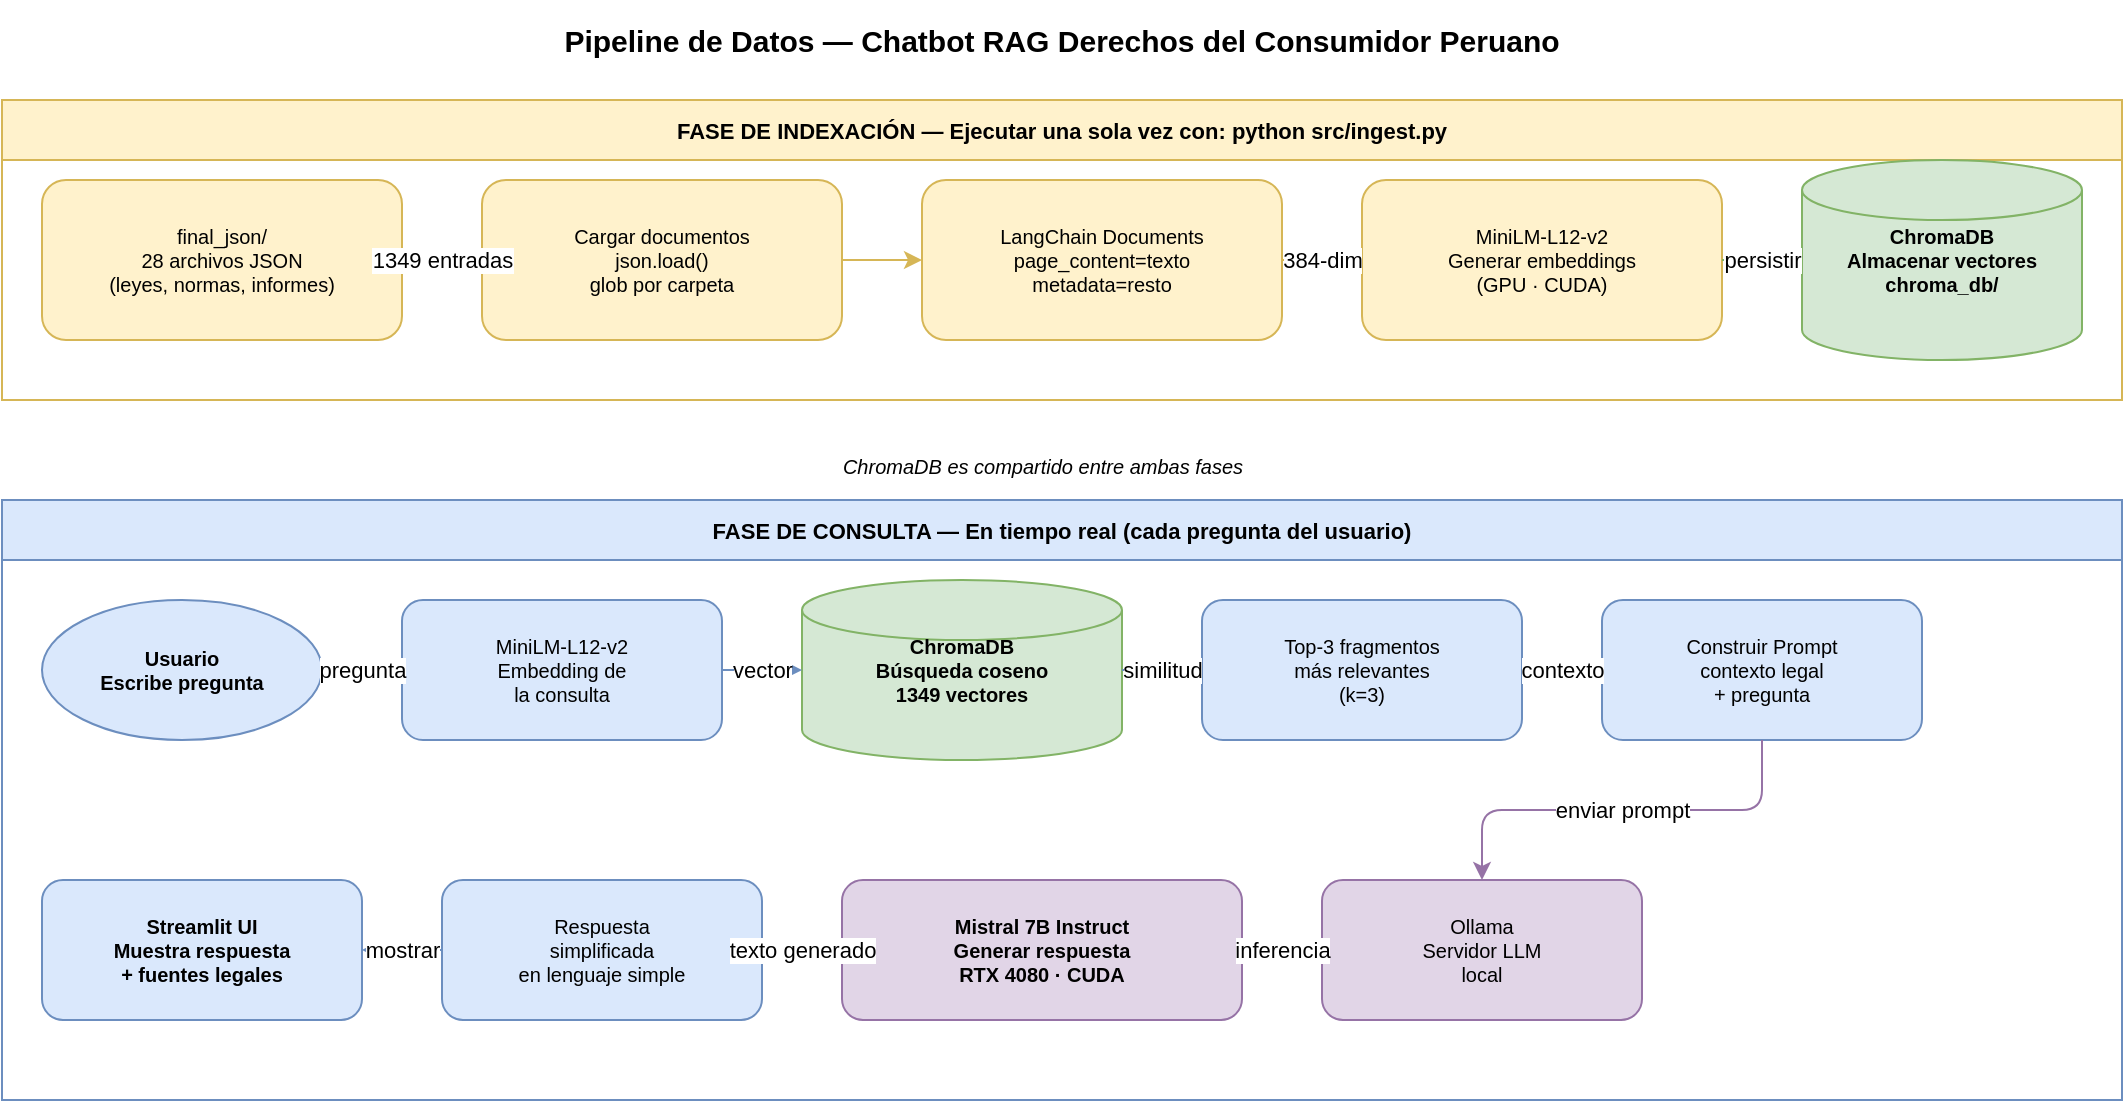
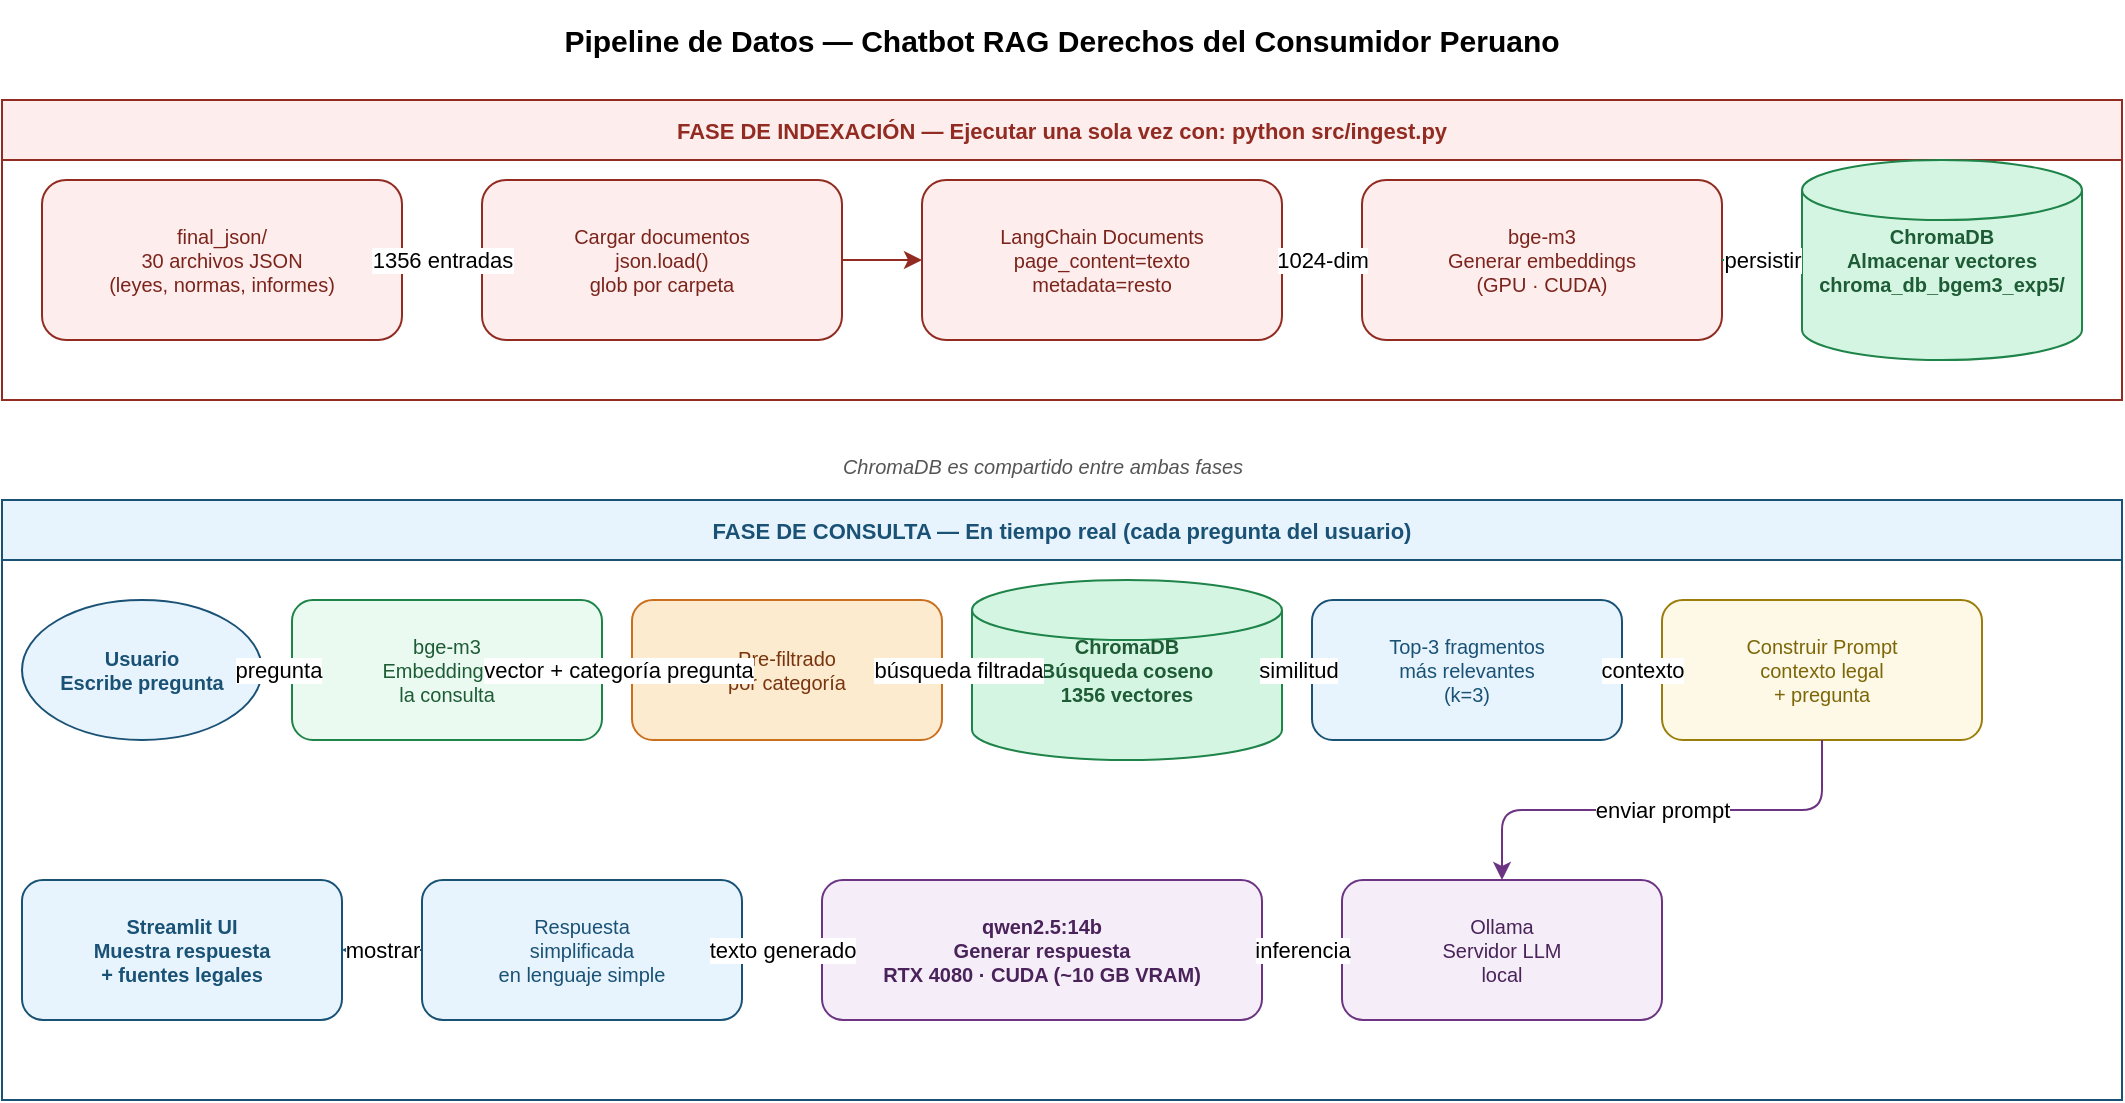
<?xml version="1.0" encoding="UTF-8"?>
<mxfile host="drawio" version="26.0.0">
  <diagram name="Pipeline de Datos">
    <mxGraphModel dx="1422" dy="762" grid="1" gridSize="10" guides="1" tooltips="1" connect="1" arrows="1" fold="1" page="1" pageScale="1" pageWidth="1169" pageHeight="900" math="0" shadow="0">
      <root>
        <mxCell id="0" />
        <mxCell id="1" parent="0" />

        <mxCell id="2" value="Pipeline de Datos — Chatbot RAG Derechos del Consumidor Peruano" style="text;html=1;strokeColor=none;fillColor=none;align=center;verticalAlign=middle;whiteSpace=wrap;rounded=0;fontSize=15;fontStyle=1;" vertex="1" parent="1">
          <mxGeometry x="40" y="10" width="1060" height="40" as="geometry" />
        </mxCell>

-         <!-- FASE 1: INDEXACIÓN (contenedor) -->
-         <mxCell id="3" value="FASE DE INDEXACIÓN — Ejecutar una sola vez con: python src/ingest.py" style="swimlane;startSize=30;fillColor=#fff2cc;strokeColor=#d6b656;fontStyle=1;fontSize=11;" vertex="1" parent="1">
+         <!-- FASE 1: INDEXACIÓN — rojo INDECOPI -->
+         <mxCell id="3" value="FASE DE INDEXACIÓN — Ejecutar una sola vez con: python src/ingest.py" style="swimlane;startSize=30;fillColor=#fdedec;strokeColor=#922b21;fontStyle=1;fontSize=11;fontColor=#922b21;" vertex="1" parent="1">
          <mxGeometry x="40" y="60" width="1060" height="150" as="geometry" />
        </mxCell>
- 
-         <mxCell id="4" value="final_json/&#xa;28 archivos JSON&#xa;(leyes, normas, informes)" style="rounded=1;whiteSpace=wrap;html=1;fillColor=#fff2cc;strokeColor=#d6b656;fontSize=10;" vertex="1" parent="3">
+         <mxCell id="4" value="final_json/&#xa;30 archivos JSON&#xa;(leyes, normas, informes)" style="rounded=1;whiteSpace=wrap;html=1;fillColor=#fdedec;strokeColor=#922b21;fontSize=10;fontColor=#7b241c;" vertex="1" parent="3">
          <mxGeometry x="20" y="40" width="180" height="80" as="geometry" />
        </mxCell>
-         <mxCell id="5" value="Cargar documentos&#xa;json.load()&#xa;glob por carpeta" style="rounded=1;whiteSpace=wrap;html=1;fillColor=#fff2cc;strokeColor=#d6b656;fontSize=10;" vertex="1" parent="3">
+         <mxCell id="5" value="Cargar documentos&#xa;json.load()&#xa;glob por carpeta" style="rounded=1;whiteSpace=wrap;html=1;fillColor=#fdedec;strokeColor=#922b21;fontSize=10;fontColor=#7b241c;" vertex="1" parent="3">
          <mxGeometry x="240" y="40" width="180" height="80" as="geometry" />
        </mxCell>
-         <mxCell id="6" value="LangChain Documents&#xa;page_content=texto&#xa;metadata=resto" style="rounded=1;whiteSpace=wrap;html=1;fillColor=#fff2cc;strokeColor=#d6b656;fontSize=10;" vertex="1" parent="3">
+         <mxCell id="6" value="LangChain Documents&#xa;page_content=texto&#xa;metadata=resto" style="rounded=1;whiteSpace=wrap;html=1;fillColor=#fdedec;strokeColor=#922b21;fontSize=10;fontColor=#7b241c;" vertex="1" parent="3">
          <mxGeometry x="460" y="40" width="180" height="80" as="geometry" />
        </mxCell>
-         <mxCell id="7" value="MiniLM-L12-v2&#xa;Generar embeddings&#xa;(GPU · CUDA)" style="rounded=1;whiteSpace=wrap;html=1;fillColor=#fff2cc;strokeColor=#d6b656;fontSize=10;" vertex="1" parent="3">
+         <mxCell id="7" value="bge-m3&#xa;Generar embeddings&#xa;(GPU · CUDA)" style="rounded=1;whiteSpace=wrap;html=1;fillColor=#fdedec;strokeColor=#922b21;fontSize=10;fontColor=#7b241c;" vertex="1" parent="3">
          <mxGeometry x="680" y="40" width="180" height="80" as="geometry" />
        </mxCell>
-         <mxCell id="8" value="ChromaDB&#xa;Almacenar vectores&#xa;chroma_db/" style="shape=cylinder3;whiteSpace=wrap;html=1;fillColor=#d5e8d4;strokeColor=#82b366;fontStyle=1;fontSize=10;" vertex="1" parent="3">
+         <!-- ChromaDB — verde oscuro -->
+         <mxCell id="8" value="ChromaDB&#xa;Almacenar vectores&#xa;chroma_db_bgem3_exp5/" style="shape=cylinder3;whiteSpace=wrap;html=1;fillColor=#d5f5e3;strokeColor=#1e8449;fontStyle=1;fontSize=10;fontColor=#1e5c36;" vertex="1" parent="3">
          <mxGeometry x="900" y="30" width="140" height="100" as="geometry" />
        </mxCell>
- 
        <!-- Flechas Fase 1 -->
-         <mxCell id="9" value="1349 entradas" style="edgeStyle=orthogonalEdgeStyle;rounded=1;orthogonalLoop=1;jettySize=auto;html=1;strokeColor=#d6b656;" edge="1" parent="3" source="4" target="5">
+         <mxCell id="9" value="1356 entradas" style="edgeStyle=orthogonalEdgeStyle;rounded=1;orthogonalLoop=1;jettySize=auto;html=1;strokeColor=#922b21;" edge="1" parent="3" source="4" target="5">
          <mxGeometry relative="1" as="geometry" />
        </mxCell>
-         <mxCell id="10" value="" style="edgeStyle=orthogonalEdgeStyle;rounded=1;orthogonalLoop=1;jettySize=auto;html=1;strokeColor=#d6b656;" edge="1" parent="3" source="5" target="6">
+         <mxCell id="10" value="" style="edgeStyle=orthogonalEdgeStyle;rounded=1;orthogonalLoop=1;jettySize=auto;html=1;strokeColor=#922b21;" edge="1" parent="3" source="5" target="6">
          <mxGeometry relative="1" as="geometry" />
        </mxCell>
-         <mxCell id="11" value="384-dim" style="edgeStyle=orthogonalEdgeStyle;rounded=1;orthogonalLoop=1;jettySize=auto;html=1;strokeColor=#d6b656;" edge="1" parent="3" source="6" target="7">
+         <mxCell id="11" value="1024-dim" style="edgeStyle=orthogonalEdgeStyle;rounded=1;orthogonalLoop=1;jettySize=auto;html=1;strokeColor=#922b21;" edge="1" parent="3" source="6" target="7">
          <mxGeometry relative="1" as="geometry" />
        </mxCell>
-         <mxCell id="12" value="persistir" style="edgeStyle=orthogonalEdgeStyle;rounded=1;orthogonalLoop=1;jettySize=auto;html=1;strokeColor=#82b366;" edge="1" parent="3" source="7" target="8">
+         <mxCell id="12" value="persistir" style="edgeStyle=orthogonalEdgeStyle;rounded=1;orthogonalLoop=1;jettySize=auto;html=1;strokeColor=#1e8449;" edge="1" parent="3" source="7" target="8">
          <mxGeometry relative="1" as="geometry" />
        </mxCell>

-         <!-- FASE 2: CONSULTA (contenedor) -->
-         <mxCell id="13" value="FASE DE CONSULTA — En tiempo real (cada pregunta del usuario)" style="swimlane;startSize=30;fillColor=#dae8fc;strokeColor=#6c8ebf;fontStyle=1;fontSize=11;" vertex="1" parent="1">
+         <!-- FASE 2: CONSULTA — azul profundo -->
+         <mxCell id="13" value="FASE DE CONSULTA — En tiempo real (cada pregunta del usuario)" style="swimlane;startSize=30;fillColor=#e8f4fd;strokeColor=#1a5276;fontStyle=1;fontSize=11;fontColor=#1a5276;" vertex="1" parent="1">
          <mxGeometry x="40" y="260" width="1060" height="300" as="geometry" />
        </mxCell>

        <!-- Fila superior: consulta -->
-         <mxCell id="14" value="Usuario&#xa;Escribe pregunta" style="ellipse;whiteSpace=wrap;html=1;fillColor=#dae8fc;strokeColor=#6c8ebf;fontStyle=1;fontSize=10;" vertex="1" parent="13">
-           <mxGeometry x="20" y="50" width="140" height="70" as="geometry" />
+         <mxCell id="14" value="Usuario&#xa;Escribe pregunta" style="ellipse;whiteSpace=wrap;html=1;fillColor=#e8f4fd;strokeColor=#1a5276;fontStyle=1;fontSize=10;fontColor=#1a5276;" vertex="1" parent="13">
+           <mxGeometry x="10" y="50" width="120" height="70" as="geometry" />
        </mxCell>
-         <mxCell id="15" value="MiniLM-L12-v2&#xa;Embedding de&#xa;la consulta" style="rounded=1;whiteSpace=wrap;html=1;fillColor=#dae8fc;strokeColor=#6c8ebf;fontSize=10;" vertex="1" parent="13">
-           <mxGeometry x="200" y="50" width="160" height="70" as="geometry" />
+         <!-- Embedding — verde -->
+         <mxCell id="15" value="bge-m3&#xa;Embedding de&#xa;la consulta" style="rounded=1;whiteSpace=wrap;html=1;fillColor=#eafaf1;strokeColor=#1e8449;fontSize=10;fontColor=#1e5c36;" vertex="1" parent="13">
+           <mxGeometry x="145" y="50" width="155" height="70" as="geometry" />
        </mxCell>
-         <mxCell id="16" value="ChromaDB&#xa;Búsqueda coseno&#xa;1349 vectores" style="shape=cylinder3;whiteSpace=wrap;html=1;fillColor=#d5e8d4;strokeColor=#82b366;fontStyle=1;fontSize=10;" vertex="1" parent="13">
-           <mxGeometry x="400" y="40" width="160" height="90" as="geometry" />
+         <!-- Pre-filtrado — terracota -->
+         <mxCell id="32" value="Pre-filtrado&#xa;por categoría" style="rounded=1;whiteSpace=wrap;html=1;fillColor=#fdebd0;strokeColor=#ca6f1e;fontSize=10;fontColor=#78350f;" vertex="1" parent="13">
+           <mxGeometry x="315" y="50" width="155" height="70" as="geometry" />
        </mxCell>
-         <mxCell id="17" value="Top-3 fragmentos&#xa;más relevantes&#xa;(k=3)" style="rounded=1;whiteSpace=wrap;html=1;fillColor=#dae8fc;strokeColor=#6c8ebf;fontSize=10;" vertex="1" parent="13">
-           <mxGeometry x="600" y="50" width="160" height="70" as="geometry" />
+         <!-- ChromaDB — verde oscuro -->
+         <mxCell id="16" value="ChromaDB&#xa;Búsqueda coseno&#xa;1356 vectores" style="shape=cylinder3;whiteSpace=wrap;html=1;fillColor=#d5f5e3;strokeColor=#1e8449;fontStyle=1;fontSize=10;fontColor=#1e5c36;" vertex="1" parent="13">
+           <mxGeometry x="485" y="40" width="155" height="90" as="geometry" />
        </mxCell>
-         <mxCell id="18" value="Construir Prompt&#xa;contexto legal&#xa;+ pregunta" style="rounded=1;whiteSpace=wrap;html=1;fillColor=#dae8fc;strokeColor=#6c8ebf;fontSize=10;" vertex="1" parent="13">
-           <mxGeometry x="800" y="50" width="160" height="70" as="geometry" />
+         <mxCell id="17" value="Top-3 fragmentos&#xa;más relevantes&#xa;(k=3)" style="rounded=1;whiteSpace=wrap;html=1;fillColor=#e8f4fd;strokeColor=#1a5276;fontSize=10;fontColor=#1a5276;" vertex="1" parent="13">
+           <mxGeometry x="655" y="50" width="155" height="70" as="geometry" />
+         </mxCell>
+         <!-- LangChain — dorado -->
+         <mxCell id="18" value="Construir Prompt&#xa;contexto legal&#xa;+ pregunta" style="rounded=1;whiteSpace=wrap;html=1;fillColor=#fef9e7;strokeColor=#9a7d0a;fontSize=10;fontColor=#7d6608;" vertex="1" parent="13">
+           <mxGeometry x="830" y="50" width="160" height="70" as="geometry" />
        </mxCell>

        <!-- Fila inferior: generación -->
-         <mxCell id="19" value="Streamlit UI&#xa;Muestra respuesta&#xa;+ fuentes legales" style="rounded=1;whiteSpace=wrap;html=1;fillColor=#dae8fc;strokeColor=#6c8ebf;fontStyle=1;fontSize=10;" vertex="1" parent="13">
-           <mxGeometry x="20" y="190" width="160" height="70" as="geometry" />
+         <mxCell id="19" value="Streamlit UI&#xa;Muestra respuesta&#xa;+ fuentes legales" style="rounded=1;whiteSpace=wrap;html=1;fillColor=#e8f4fd;strokeColor=#1a5276;fontStyle=1;fontSize=10;fontColor=#1a5276;" vertex="1" parent="13">
+           <mxGeometry x="10" y="190" width="160" height="70" as="geometry" />
        </mxCell>
-         <mxCell id="20" value="Respuesta&#xa;simplificada&#xa;en lenguaje simple" style="rounded=1;whiteSpace=wrap;html=1;fillColor=#dae8fc;strokeColor=#6c8ebf;fontSize=10;" vertex="1" parent="13">
-           <mxGeometry x="220" y="190" width="160" height="70" as="geometry" />
+         <mxCell id="20" value="Respuesta&#xa;simplificada&#xa;en lenguaje simple" style="rounded=1;whiteSpace=wrap;html=1;fillColor=#e8f4fd;strokeColor=#1a5276;fontSize=10;fontColor=#1a5276;" vertex="1" parent="13">
+           <mxGeometry x="210" y="190" width="160" height="70" as="geometry" />
        </mxCell>
-         <mxCell id="21" value="Mistral 7B Instruct&#xa;Generar respuesta&#xa;RTX 4080 · CUDA" style="rounded=1;whiteSpace=wrap;html=1;fillColor=#e1d5e7;strokeColor=#9673a6;fontStyle=1;fontSize=10;" vertex="1" parent="13">
-           <mxGeometry x="420" y="190" width="200" height="70" as="geometry" />
+         <!-- qwen2.5:14b — púrpura -->
+         <mxCell id="21" value="qwen2.5:14b&#xa;Generar respuesta&#xa;RTX 4080 · CUDA (~10 GB VRAM)" style="rounded=1;whiteSpace=wrap;html=1;fillColor=#f5eef8;strokeColor=#6c3483;fontStyle=1;fontSize=10;fontColor=#4a235a;" vertex="1" parent="13">
+           <mxGeometry x="410" y="190" width="220" height="70" as="geometry" />
        </mxCell>
-         <mxCell id="22" value="Ollama&#xa;Servidor LLM&#xa;local" style="rounded=1;whiteSpace=wrap;html=1;fillColor=#e1d5e7;strokeColor=#9673a6;fontSize=10;" vertex="1" parent="13">
-           <mxGeometry x="660" y="190" width="160" height="70" as="geometry" />
+         <mxCell id="22" value="Ollama&#xa;Servidor LLM&#xa;local" style="rounded=1;whiteSpace=wrap;html=1;fillColor=#f5eef8;strokeColor=#6c3483;fontSize=10;fontColor=#4a235a;" vertex="1" parent="13">
+           <mxGeometry x="670" y="190" width="160" height="70" as="geometry" />
        </mxCell>

-         <!-- Flechas Fase 2 fila superior (izq a der) -->
-         <mxCell id="23" value="pregunta" style="edgeStyle=orthogonalEdgeStyle;rounded=1;orthogonalLoop=1;jettySize=auto;html=1;strokeColor=#6c8ebf;" edge="1" parent="13" source="14" target="15">
+         <!-- Flechas Fase 2 fila superior -->
+         <mxCell id="23" value="pregunta" style="edgeStyle=orthogonalEdgeStyle;rounded=1;orthogonalLoop=1;jettySize=auto;html=1;strokeColor=#1a5276;" edge="1" parent="13" source="14" target="15">
          <mxGeometry relative="1" as="geometry" />
        </mxCell>
-         <mxCell id="24" value="vector" style="edgeStyle=orthogonalEdgeStyle;rounded=1;orthogonalLoop=1;jettySize=auto;html=1;strokeColor=#6c8ebf;" edge="1" parent="13" source="15" target="16">
+         <mxCell id="24" value="vector + categoría pregunta" style="edgeStyle=orthogonalEdgeStyle;rounded=1;orthogonalLoop=1;jettySize=auto;html=1;strokeColor=#1e8449;" edge="1" parent="13" source="15" target="32">
          <mxGeometry relative="1" as="geometry" />
        </mxCell>
-         <mxCell id="25" value="similitud" style="edgeStyle=orthogonalEdgeStyle;rounded=1;orthogonalLoop=1;jettySize=auto;html=1;strokeColor=#6c8ebf;" edge="1" parent="13" source="16" target="17">
+         <mxCell id="33" value="búsqueda filtrada" style="edgeStyle=orthogonalEdgeStyle;rounded=1;orthogonalLoop=1;jettySize=auto;html=1;strokeColor=#ca6f1e;" edge="1" parent="13" source="32" target="16">
          <mxGeometry relative="1" as="geometry" />
        </mxCell>
-         <mxCell id="26" value="contexto" style="edgeStyle=orthogonalEdgeStyle;rounded=1;orthogonalLoop=1;jettySize=auto;html=1;strokeColor=#6c8ebf;" edge="1" parent="13" source="17" target="18">
+         <mxCell id="25" value="similitud" style="edgeStyle=orthogonalEdgeStyle;rounded=1;orthogonalLoop=1;jettySize=auto;html=1;strokeColor=#1e8449;" edge="1" parent="13" source="16" target="17">
+           <mxGeometry relative="1" as="geometry" />
+         </mxCell>
+         <mxCell id="26" value="contexto" style="edgeStyle=orthogonalEdgeStyle;rounded=1;orthogonalLoop=1;jettySize=auto;html=1;strokeColor=#9a7d0a;" edge="1" parent="13" source="17" target="18">
+           <mxGeometry relative="1" as="geometry" />
+         </mxCell>
+         <!-- Flechas generación -->
+         <mxCell id="27" value="enviar prompt" style="edgeStyle=orthogonalEdgeStyle;rounded=1;orthogonalLoop=1;jettySize=auto;html=1;strokeColor=#6c3483;exitX=0.5;exitY=1;exitDx=0;exitDy=0;entryX=0.5;entryY=0;entryDx=0;entryDy=0;" edge="1" parent="13" source="18" target="22">
+           <mxGeometry relative="1" as="geometry" />
+         </mxCell>
+         <mxCell id="28" value="inferencia" style="edgeStyle=orthogonalEdgeStyle;rounded=1;orthogonalLoop=1;jettySize=auto;html=1;strokeColor=#6c3483;" edge="1" parent="13" source="22" target="21">
+           <mxGeometry relative="1" as="geometry" />
+         </mxCell>
+         <mxCell id="29" value="texto generado" style="edgeStyle=orthogonalEdgeStyle;rounded=1;orthogonalLoop=1;jettySize=auto;html=1;strokeColor=#1a5276;" edge="1" parent="13" source="21" target="20">
+           <mxGeometry relative="1" as="geometry" />
+         </mxCell>
+         <mxCell id="30" value="mostrar" style="edgeStyle=orthogonalEdgeStyle;rounded=1;orthogonalLoop=1;jettySize=auto;html=1;strokeColor=#1a5276;" edge="1" parent="13" source="20" target="19">
          <mxGeometry relative="1" as="geometry" />
        </mxCell>

-         <!-- Prompt → Ollama → Mistral (bajando y yendo a la izq) -->
-         <mxCell id="27" value="enviar prompt" style="edgeStyle=orthogonalEdgeStyle;rounded=1;orthogonalLoop=1;jettySize=auto;html=1;strokeColor=#9673a6;exitX=0.5;exitY=1;exitDx=0;exitDy=0;entryX=0.5;entryY=0;entryDx=0;entryDy=0;" edge="1" parent="13" source="18" target="22">
-           <mxGeometry relative="1" as="geometry" />
-         </mxCell>
-         <mxCell id="28" value="inferencia" style="edgeStyle=orthogonalEdgeStyle;rounded=1;orthogonalLoop=1;jettySize=auto;html=1;strokeColor=#9673a6;" edge="1" parent="13" source="22" target="21">
-           <mxGeometry relative="1" as="geometry" />
-         </mxCell>
-         <mxCell id="29" value="texto generado" style="edgeStyle=orthogonalEdgeStyle;rounded=1;orthogonalLoop=1;jettySize=auto;html=1;strokeColor=#6c8ebf;" edge="1" parent="13" source="21" target="20">
-           <mxGeometry relative="1" as="geometry" />
-         </mxCell>
-         <mxCell id="30" value="mostrar" style="edgeStyle=orthogonalEdgeStyle;rounded=1;orthogonalLoop=1;jettySize=auto;html=1;strokeColor=#6c8ebf;" edge="1" parent="13" source="20" target="19">
-           <mxGeometry relative="1" as="geometry" />
-         </mxCell>
- 
-         <!-- Nota compartido ChromaDB -->
-         <mxCell id="31" value="ChromaDB es compartido entre ambas fases" style="text;html=1;strokeColor=none;fillColor=none;align=center;verticalAlign=middle;fontSize=10;fontStyle=2;" vertex="1" parent="1">
+         <mxCell id="31" value="ChromaDB es compartido entre ambas fases" style="text;html=1;strokeColor=none;fillColor=none;align=center;verticalAlign=middle;fontSize=10;fontStyle=2;fontColor=#555555;" vertex="1" parent="1">
          <mxGeometry x="380" y="230" width="360" height="25" as="geometry" />
        </mxCell>

      </root>
    </mxGraphModel>
  </diagram>
</mxfile>
